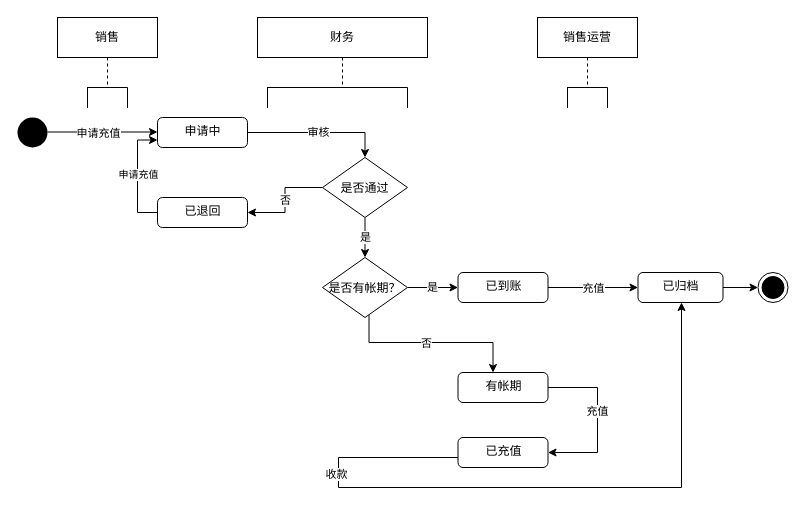
The draw.io diagram page "充值状态图" (5 of 6) of shrine-doc/云资源业务流程.drawio in easefulfil/CLOUDCARE, before the edit. Source tidied: cells renumbered, new cells numbered last; positions are measured from the earlier drawing's top-left corner, leaving out a move shared by most shapes. Both pictures are drawn from the tidied source at 100%, with x=0, y=0 at pixel (17, 17).
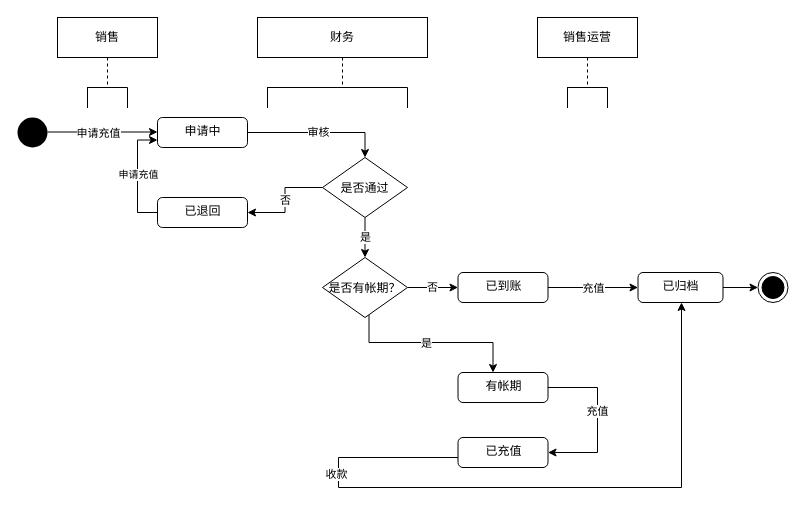
After the change.

Unchanged cells that the change refers to:
```xml
<mxCell id="14" value="已到账" style="html=1;align=center;verticalAlign=top;rounded=1;absoluteArcSize=1;arcSize=10;dashed=0;" parent="1" vertex="1">
  <mxGeometry x="440.5" y="255" width="90" height="30" as="geometry" />
</mxCell>
<mxCell id="15" style="edgeStyle=orthogonalEdgeStyle;rounded=0;jettySize=auto;html=1;" parent="1" edge="1" source="18" target="6">
  <mxGeometry relative="1" as="geometry">
    <Array as="points">
      <mxPoint x="351.5" y="325" />
      <mxPoint x="475.5" y="325" />
    </Array>
  </mxGeometry>
</mxCell>
<mxCell id="18" value="是否有帐期？" style="rhombus;" parent="1" vertex="1">
  <mxGeometry x="305" y="240" width="85" height="60" as="geometry" />
</mxCell>
```

Diff of the diagram source:
```diff
@@
-    <mxCell id="16" value="否" style="edgeLabel;html=1;align=center;verticalAlign=middle;" parent="15" vertex="1">
+    <mxCell id="16" value="是" style="edgeLabel;html=1;align=center;verticalAlign=middle;" parent="15" vertex="1">
       <mxGeometry x="-0.07" relative="1" as="geometry" />
     </mxCell>
-    <mxCell id="17" value="是" style="edgeStyle=orthogonalEdgeStyle;rounded=0;jettySize=auto;html=1;entryX=0;entryY=0.5;entryDx=0;entryDy=0;" parent="1" edge="1" source="18" target="14">
+    <mxCell id="17" value="否" style="edgeStyle=orthogonalEdgeStyle;rounded=0;jettySize=auto;html=1;entryX=0;entryY=0.5;entryDx=0;entryDy=0;" parent="1" edge="1" source="18" target="14">
       <mxGeometry relative="1" as="geometry" />
     </mxCell>
```
